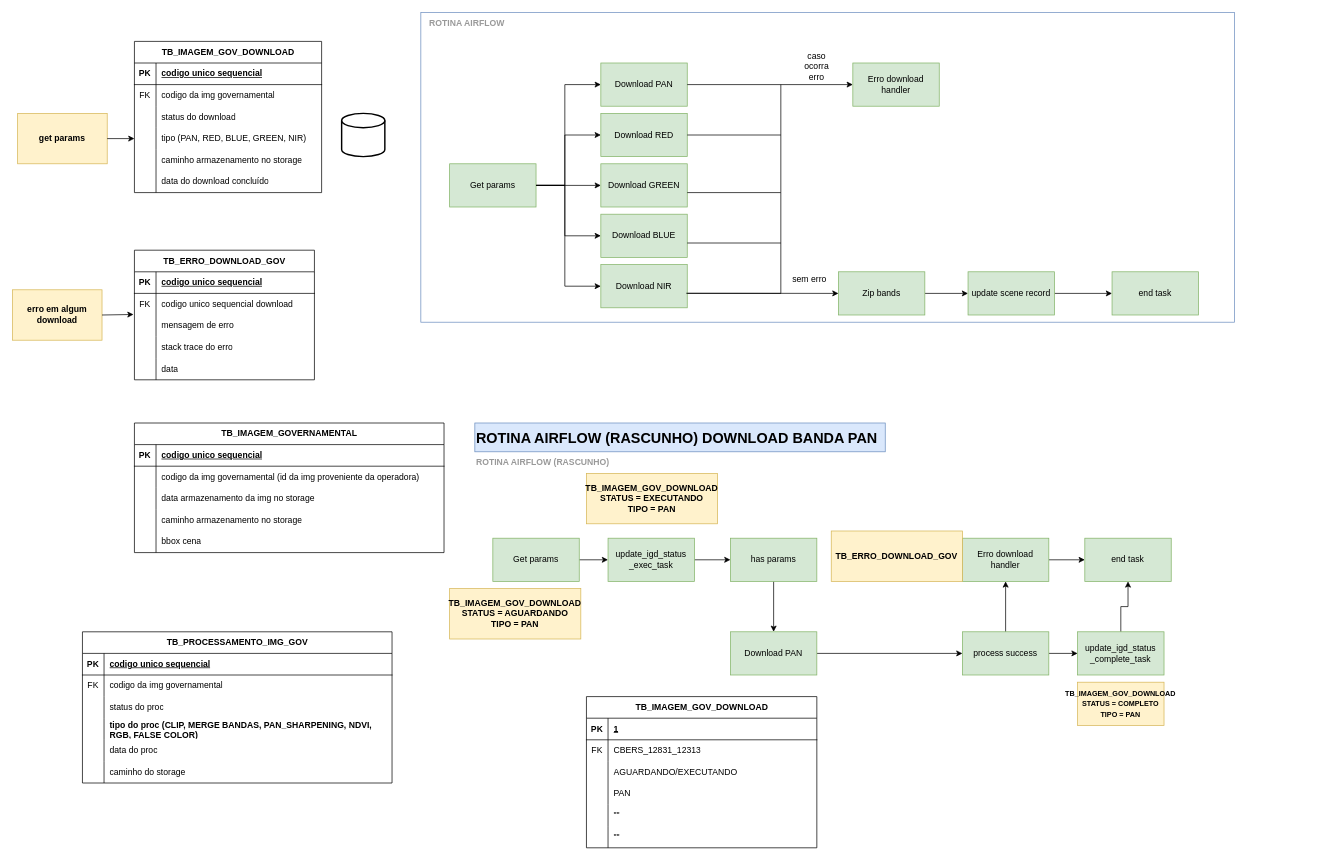
This is page "Fluxograma Download" (3 of 5) of API_INDICES_HD.drawio from gabrielk-visiona/data-teste, a draw.io file, before an edit. Source tidied: cells renumbered, new cells numbered last; positions are measured from the earlier drawing's top-left corner, leaving out a move shared by most shapes. Both pictures are drawn from the tidied source at 72%, with x=0, y=0 at pixel (12, 12).
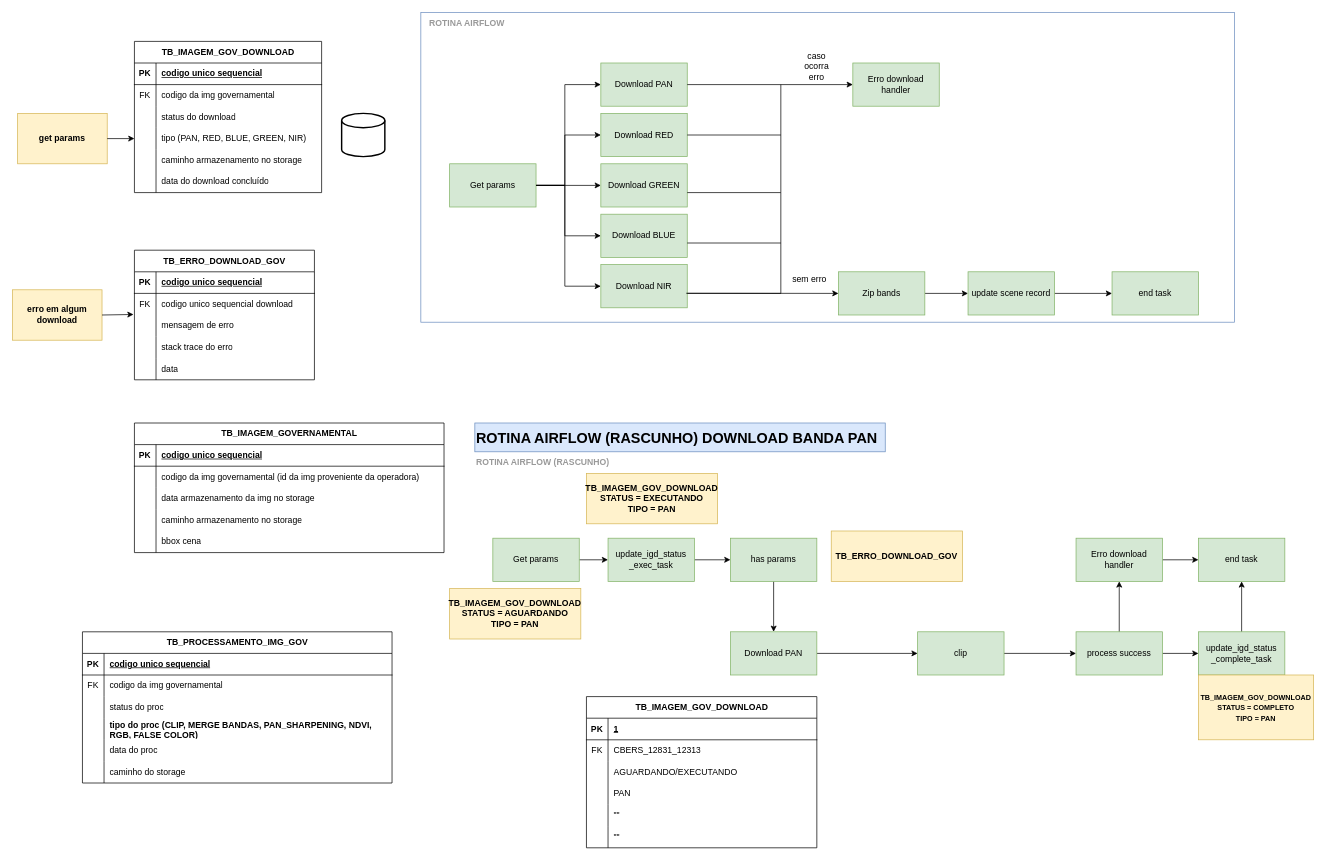
Above is the later version.

Unchanged cells that the change refers to:
```xml
<mxCell id="89" value="Download PAN" style="rounded=0;whiteSpace=wrap;html=1;fillColor=#d5e8d4;strokeColor=#82b366;" parent="1" vertex="1">
  <mxGeometry x="997" y="860" width="120" height="60" as="geometry" />
</mxCell>
```

The edit, as a diff of the source:
```diff
@@
-    <mxCell id="88" style="edgeStyle=orthogonalEdgeStyle;rounded=0;jettySize=auto;html=1;entryX=0;entryY=0.5;entryDx=0;entryDy=0;" parent="1" edge="1" source="89" target="99">
-      <mxGeometry relative="1" as="geometry" />
-    </mxCell>
+    <mxCell id="145" style="edgeStyle=orthogonalEdgeStyle;rounded=0;jettySize=auto;html=1;" parent="1" edge="1" source="89" target="147">
+      <mxGeometry relative="1" as="geometry" />
+    </mxCell>
@@
     <mxCell id="91" value="update_igd_status&lt;div&gt;_complete_task&lt;/div&gt;" style="rounded=0;whiteSpace=wrap;html=1;fillColor=#d5e8d4;strokeColor=#82b366;" parent="1" vertex="1">
-      <mxGeometry x="1479.2" y="860" width="120" height="60" as="geometry" />
+      <mxGeometry x="1647" y="860" width="120" height="60" as="geometry" />
     </mxCell>
     <mxCell id="92" value="end task" style="whiteSpace=wrap;html=1;fillColor=#d5e8d4;strokeColor=#82b366;rounded=0;" parent="1" vertex="1">
-      <mxGeometry x="1489.2" y="730" width="120" height="60" as="geometry" />
+      <mxGeometry x="1647" y="730" width="120" height="60" as="geometry" />
     </mxCell>
@@
     <mxCell id="94" value="Erro download handler" style="rounded=0;whiteSpace=wrap;html=1;fillColor=#d5e8d4;strokeColor=#82b366;" parent="1" vertex="1">
-      <mxGeometry x="1319.2" y="730" width="120" height="60" as="geometry" />
+      <mxGeometry x="1477" y="730" width="120" height="60" as="geometry" />
     </mxCell>
@@
     <mxCell id="99" value="process success" style="rounded=0;whiteSpace=wrap;html=1;fillColor=#d5e8d4;strokeColor=#82b366;" parent="1" vertex="1">
-      <mxGeometry x="1319.2" y="860" width="120" height="60" as="geometry" />
+      <mxGeometry x="1477" y="860" width="120" height="60" as="geometry" />
     </mxCell>
@@
     <mxCell id="124" value="&lt;font style=&quot;font-size: 10px;&quot;&gt;&lt;span style=&quot;text-wrap: nowrap;&quot;&gt;TB_IMAGEM_GOV_DOWNLOAD&lt;/span&gt;&lt;br&gt;&lt;/font&gt;&lt;div&gt;&lt;font style=&quot;font-size: 10px;&quot;&gt;STATUS = COMPLETO&lt;span&gt;&lt;br&gt;&lt;/span&gt;&lt;/font&gt;&lt;/div&gt;&lt;div&gt;&lt;font style=&quot;font-size: 10px;&quot;&gt;TIPO = PAN&lt;/font&gt;&lt;/div&gt;" style="text;html=1;align=center;verticalAlign=middle;whiteSpace=wrap;rounded=0;fillColor=#fff2cc;strokeColor=#d6b656;fontStyle=1;" parent="1" vertex="1">
-      <mxGeometry x="1479.2" y="930" width="120" height="60" as="geometry" />
+      <mxGeometry x="1647" y="920" width="160" height="90" as="geometry" />
     </mxCell>
@@
+    <mxCell id="146" style="edgeStyle=orthogonalEdgeStyle;rounded=0;jettySize=auto;html=1;" parent="1" edge="1" source="147" target="99">
+      <mxGeometry relative="1" as="geometry" />
+    </mxCell>
+    <mxCell id="147" value="clip" style="rounded=0;whiteSpace=wrap;html=1;fillColor=#d5e8d4;strokeColor=#82b366;" parent="1" vertex="1">
+      <mxGeometry x="1257" y="860" width="120" height="60" as="geometry" />
+    </mxCell>
```
